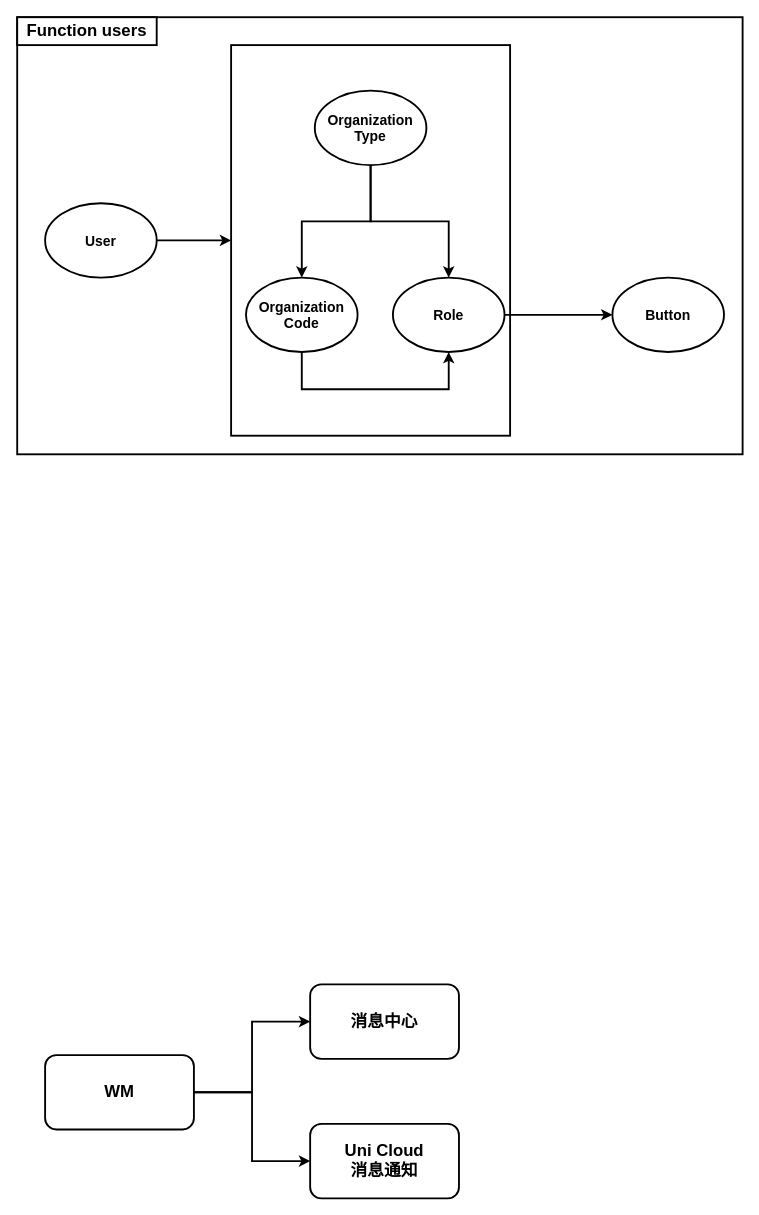
This is page "approval-process" (21 of 21) of authz/Omini-Store.drawio from jackie-thank/beego-authz, a draw.io file, before an edit. Source tidied: cells renumbered, new cells numbered last; positions are measured from the earlier drawing's top-left corner, leaving out a move shared by most shapes. Both pictures are drawn from the tidied source at 93%, with x=0, y=0 at pixel (17, 17).
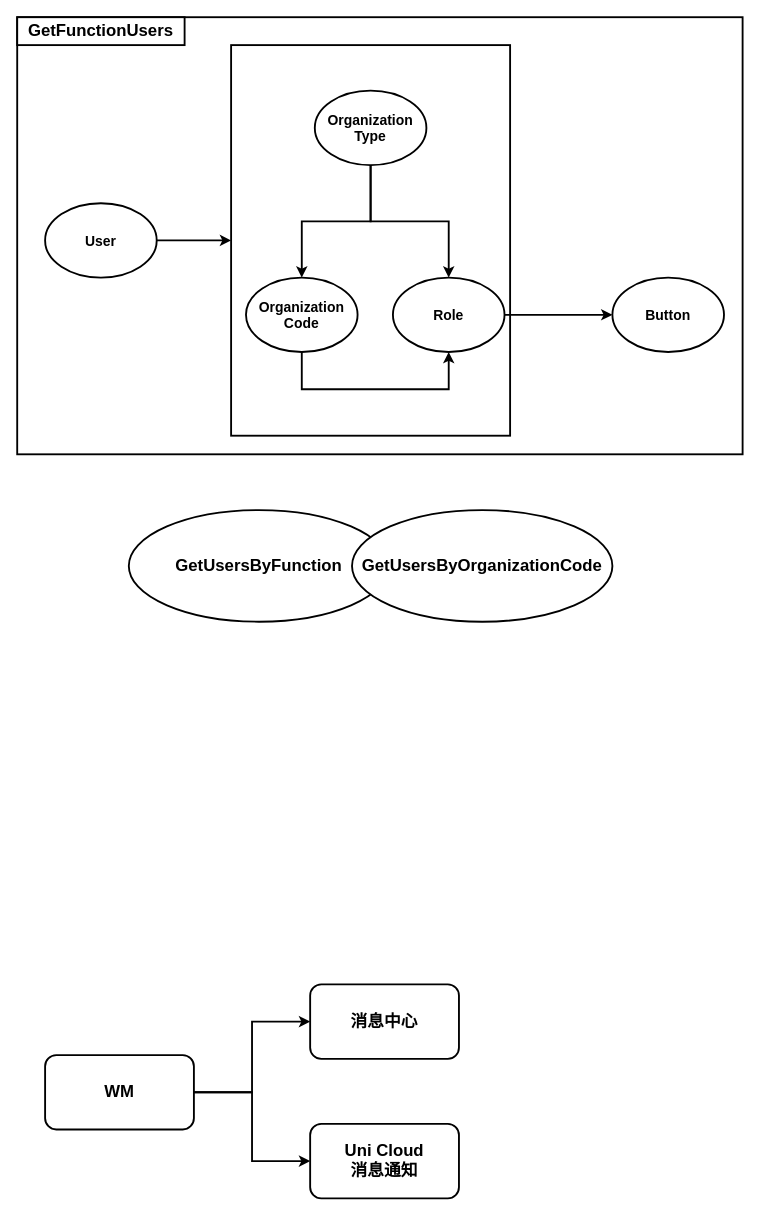
The same diagram, later.

What changed in the source:
```diff
@@
-    <mxCell id="19" value="Function users" style="rounded=0;whiteSpace=wrap;html=1;fontSize=18;fontStyle=1;strokeWidth=2;" parent="1" vertex="1">
-      <mxGeometry width="150" height="30" as="geometry" />
+    <mxCell id="19" value="GetFunctionUsers" style="rounded=0;whiteSpace=wrap;html=1;fontSize=18;fontStyle=1;strokeWidth=2;" parent="1" vertex="1">
+      <mxGeometry width="180" height="30" as="geometry" />
     </mxCell>
+    <mxCell id="20" value="GetUsersByFunction" style="ellipse;whiteSpace=wrap;html=1;strokeWidth=2;fontSize=18;fontStyle=1;" parent="1" vertex="1">
+      <mxGeometry x="120" y="530" width="280" height="120" as="geometry" />
+    </mxCell>
+    <mxCell id="21" value="GetUsersByOrganizationCode" style="ellipse;whiteSpace=wrap;html=1;strokeWidth=2;fontSize=18;fontStyle=1;" parent="1" vertex="1">
+      <mxGeometry x="360" y="530" width="280" height="120" as="geometry" />
+    </mxCell>
```
